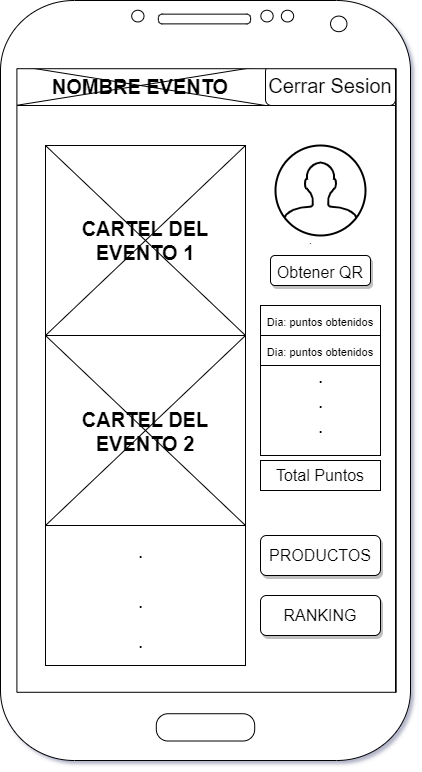
OscarLM32/DIU keeps this draw.io diagram as P2/img/HomePagina.png. Above is the earlier version. Source tidied: cells renumbered, new cells last; positions are measured from the earlier drawing's top-left corner, leaving out a move shared by most shapes. Source of this version:
```xml
<mxGraphModel shadow="1">
  <root>
    <mxCell id="0" />
    <mxCell id="1" parent="0" />
    <mxCell id="2" style="rounded=0;whiteSpace=wrap;html=1;" parent="1" vertex="1">
      <mxGeometry x="15" y="65" width="380" height="630" as="geometry" />
    </mxCell>
    <mxCell id="3" style="rounded=0;whiteSpace=wrap;html=1;shadow=0;fontSize=20;strokeColor=#000000;" parent="1" vertex="1">
      <mxGeometry x="15" y="65" width="380" height="40" as="geometry" />
    </mxCell>
    <mxCell id="4" style="rounded=0;whiteSpace=wrap;html=1;shadow=0;fontSize=20;strokeColor=#000000;" parent="1" vertex="1">
      <mxGeometry x="15" y="65" width="270" height="40" as="geometry" />
    </mxCell>
    <mxCell id="5" value="Cerrar Sesion" style="rounded=1;whiteSpace=wrap;html=1;shadow=0;fontSize=20;strokeColor=#000000;" parent="1" vertex="1">
      <mxGeometry x="265" y="65" width="130" height="40" as="geometry" />
    </mxCell>
    <mxCell id="6" value="NOMBRE EVENTO" style="shape=umlDestroy;shadow=0;fontSize=20;strokeColor=#000000;fontStyle=1;" parent="1" vertex="1">
      <mxGeometry x="15" y="65" width="250" height="40" as="geometry" />
    </mxCell>
    <mxCell id="7" style="html=1;verticalLabelPosition=bottom;align=center;labelBackgroundColor=#ffffff;verticalAlign=top;strokeWidth=2;strokeColor=#000000;shadow=0;dashed=0;shape=mxgraph.ios7.icons.user;fontSize=20;" parent="1" vertex="1">
      <mxGeometry x="275" y="145" width="90" height="90" as="geometry" />
    </mxCell>
    <mxCell id="8" style="verticalLabelPosition=bottom;verticalAlign=top;html=1;shape=mxgraph.basic.rect;fillColor2=none;strokeWidth=1;size=20;indent=5;shadow=0;fontSize=20;" parent="1" vertex="1">
      <mxGeometry x="45" y="145" width="200" height="520" as="geometry" />
    </mxCell>
    <mxCell id="9" style="group;" parent="1" vertex="1">
      <mxGeometry x="45" y="145" width="200" height="190" as="geometry" />
    </mxCell>
    <mxCell id="10" value="&lt;b&gt;CARTEL DEL EVENTO 1&lt;/b&gt;" style="whiteSpace=wrap;html=1;shadow=0;fontSize=20;strokeColor=#000000;" parent="9" vertex="1">
      <mxGeometry width="200" height="190" as="geometry" />
    </mxCell>
    <mxCell id="11" style="shape=umlDestroy;shadow=0;fontSize=20;strokeColor=#000000;" parent="9" vertex="1">
      <mxGeometry width="200" height="190" as="geometry" />
    </mxCell>
    <mxCell id="12" style="group;" parent="9" vertex="1">
      <mxGeometry y="190" width="200" height="190" as="geometry" />
    </mxCell>
    <mxCell id="13" style="whiteSpace=wrap;html=1;shadow=0;fontSize=20;strokeColor=#000000;" parent="12" vertex="1">
      <mxGeometry width="200" height="190" as="geometry" />
    </mxCell>
    <mxCell id="14" value="CARTEL DEL &#10;EVENTO 2" style="shape=umlDestroy;shadow=0;fontSize=20;strokeColor=#000000;fontStyle=1;" parent="12" vertex="1">
      <mxGeometry width="200" height="190" as="geometry" />
    </mxCell>
    <mxCell id="15" value="." style="text;html=1;align=center;verticalAlign=middle;strokeColor=none;fillColor=none;fontSize=20;" parent="1" vertex="1">
      <mxGeometry x="130" y="535" width="20" height="30" as="geometry" />
    </mxCell>
    <mxCell id="16" value="." style="text;html=1;align=center;verticalAlign=middle;strokeColor=none;fillColor=none;fontSize=20;" parent="1" vertex="1">
      <mxGeometry x="130" y="585" width="20" height="30" as="geometry" />
    </mxCell>
    <mxCell id="17" value="." style="text;html=1;align=center;verticalAlign=middle;strokeColor=none;fillColor=none;fontSize=20;" parent="1" vertex="1">
      <mxGeometry x="130" y="625" width="20" height="30" as="geometry" />
    </mxCell>
    <mxCell id="18" value="&lt;font style=&quot;font-size: 16px&quot;&gt;Obtener QR&lt;/font&gt;" style="rounded=1;whiteSpace=wrap;html=1;shadow=1;fontSize=20;strokeColor=#000000;" parent="1" vertex="1">
      <mxGeometry x="270" y="255" width="100" height="30" as="geometry" />
    </mxCell>
    <mxCell id="19" value="PRODUCTOS" style="rounded=1;whiteSpace=wrap;html=1;shadow=1;fontSize=16;strokeColor=#000000;" parent="1" vertex="1">
      <mxGeometry x="260" y="535" width="120" height="40" as="geometry" />
    </mxCell>
    <mxCell id="20" value="RANKING" style="rounded=1;whiteSpace=wrap;html=1;shadow=1;fontSize=16;strokeColor=#000000;" parent="1" vertex="1">
      <mxGeometry x="260" y="595" width="120" height="40" as="geometry" />
    </mxCell>
    <mxCell id="21" style="rounded=0;whiteSpace=wrap;html=1;shadow=0;fontSize=16;strokeColor=#000000;" parent="1" vertex="1">
      <mxGeometry x="260" y="305" width="120" height="150" as="geometry" />
    </mxCell>
    <mxCell id="22" value="Total Puntos" style="rounded=0;whiteSpace=wrap;html=1;shadow=0;fontSize=16;strokeColor=#000000;" parent="1" vertex="1">
      <mxGeometry x="260" y="460" width="120" height="30" as="geometry" />
    </mxCell>
    <mxCell id="23" value="&lt;font style=&quot;font-size: 11px&quot;&gt;Dia: puntos obtenidos&lt;/font&gt;" style="whiteSpace=wrap;html=1;rounded=0;shadow=0;fontSize=16;strokeColor=#000000;" parent="1" vertex="1">
      <mxGeometry x="260" y="305" width="120" height="30" as="geometry" />
    </mxCell>
    <mxCell id="24" value="&lt;font style=&quot;font-size: 11px&quot;&gt;Dia: puntos obtenidos&lt;/font&gt;" style="whiteSpace=wrap;html=1;rounded=0;shadow=0;fontSize=16;strokeColor=#000000;" parent="1" vertex="1">
      <mxGeometry x="260" y="335" width="120" height="30" as="geometry" />
    </mxCell>
    <mxCell id="25" value="&lt;font style=&quot;font-size: 20px&quot;&gt;.&lt;/font&gt;" style="text;html=1;align=center;verticalAlign=middle;strokeColor=none;fillColor=none;fontSize=11;" parent="1" vertex="1">
      <mxGeometry x="310" y="415" width="20" height="20" as="geometry" />
    </mxCell>
    <mxCell id="26" value="." style="text;html=1;align=center;verticalAlign=middle;strokeColor=none;fillColor=none;fontSize=11;" parent="1" vertex="1">
      <mxGeometry x="300" y="230" width="20" height="20" as="geometry" />
    </mxCell>
    <mxCell id="27" value="&lt;font style=&quot;font-size: 20px&quot;&gt;.&lt;/font&gt;" style="text;html=1;align=center;verticalAlign=middle;strokeColor=none;fillColor=none;fontSize=11;" parent="1" vertex="1">
      <mxGeometry x="310" y="390" width="20" height="20" as="geometry" />
    </mxCell>
    <mxCell id="28" value="&lt;font style=&quot;font-size: 20px&quot;&gt;.&lt;/font&gt;" style="text;html=1;align=center;verticalAlign=middle;strokeColor=none;fillColor=none;fontSize=11;" parent="1" vertex="1">
      <mxGeometry x="310" y="365" width="20" height="20" as="geometry" />
    </mxCell>
    <mxCell id="29" style="verticalLabelPosition=bottom;verticalAlign=top;html=1;shadow=0;dashed=0;strokeWidth=1;shape=mxgraph.android.phone2;strokeColor=#000000;" parent="1" vertex="1">
      <mxGeometry width="410" height="760" as="geometry" />
    </mxCell>
  </root>
</mxGraphModel>
```
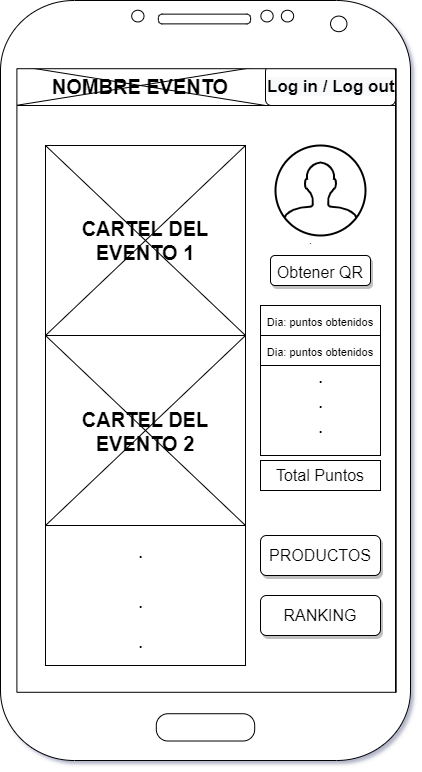
Above is the later version.

The edit, as a diff of the source:
```diff
@@ -11,7 +11,7 @@
     <mxCell id="4" style="rounded=0;whiteSpace=wrap;html=1;shadow=0;fontSize=20;strokeColor=#000000;" parent="1" vertex="1">
       <mxGeometry x="15" y="65" width="270" height="40" as="geometry" />
     </mxCell>
-    <mxCell id="5" value="Cerrar Sesion" style="rounded=1;whiteSpace=wrap;html=1;shadow=0;fontSize=20;strokeColor=#000000;" parent="1" vertex="1">
+    <mxCell id="5" style="rounded=1;whiteSpace=wrap;html=1;shadow=0;fontSize=20;strokeColor=#000000;" parent="1" vertex="1">
       <mxGeometry x="265" y="65" width="130" height="40" as="geometry" />
     </mxCell>
     <mxCell id="6" value="NOMBRE EVENTO" style="shape=umlDestroy;shadow=0;fontSize=20;strokeColor=#000000;fontStyle=1;" parent="1" vertex="1">
@@ -86,5 +86,8 @@
     <mxCell id="29" style="verticalLabelPosition=bottom;verticalAlign=top;html=1;shadow=0;dashed=0;strokeWidth=1;shape=mxgraph.android.phone2;strokeColor=#000000;" parent="1" vertex="1">
       <mxGeometry width="410" height="760" as="geometry" />
     </mxCell>
+    <mxCell id="30" value="&lt;b style=&quot;color: rgb(0, 0, 0); font-size: 17px; font-style: normal; letter-spacing: normal; text-indent: 0px; text-transform: none; word-spacing: 0px; font-family: helvetica; text-align: center; background-color: rgb(248, 249, 250);&quot;&gt;Log in / Log out&lt;/b&gt;" style="text;whiteSpace=wrap;html=1;fontSize=17;" parent="1" vertex="1">
+      <mxGeometry x="265" y="70" width="135" height="40" as="geometry" />
+    </mxCell>
   </root>
 </mxGraphModel>
```
